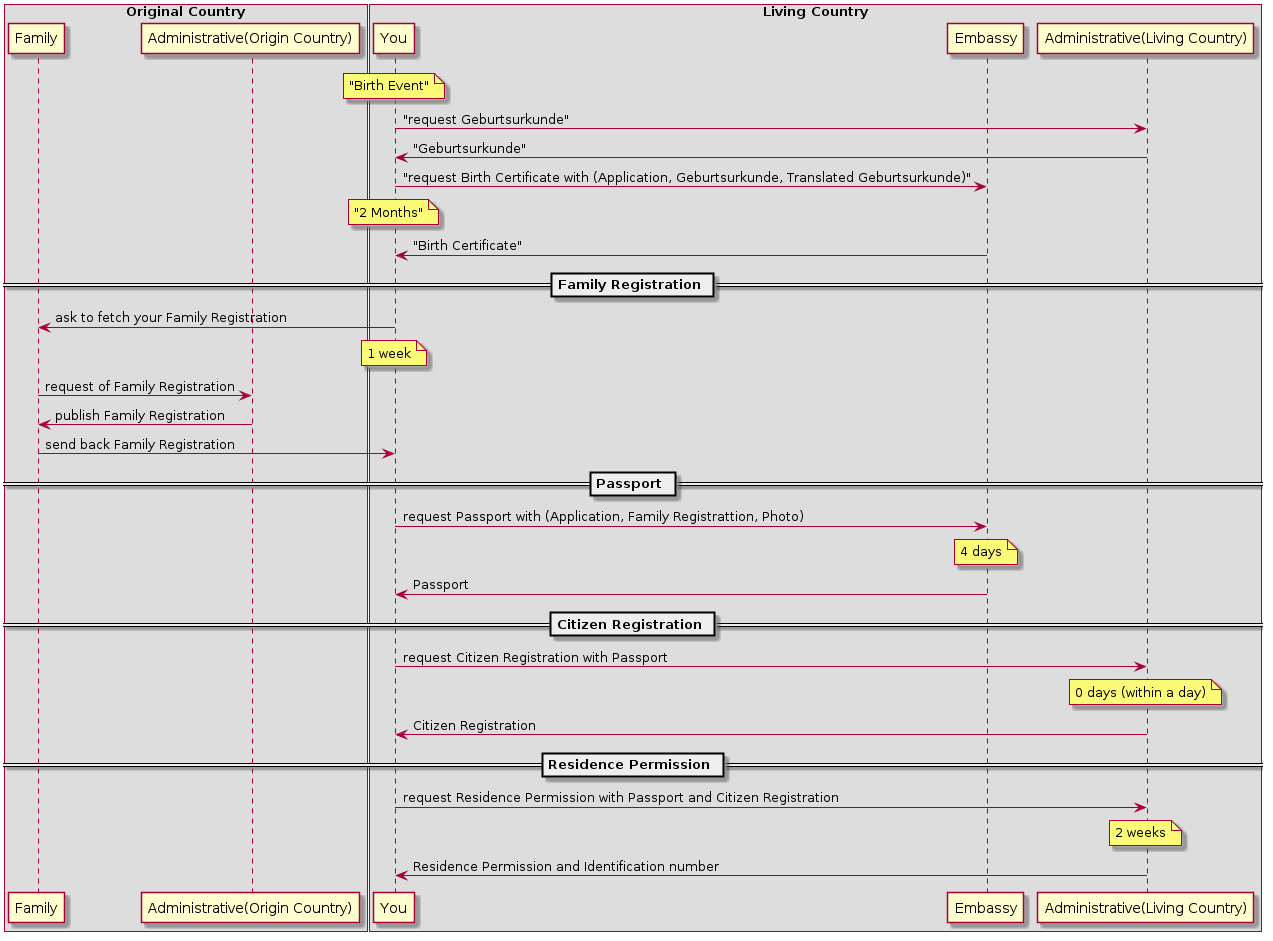
This is images/en_sequence_baby_authorization.png from camparijet/camparijet.github.io, a PlantUML export, as it was before one commit.
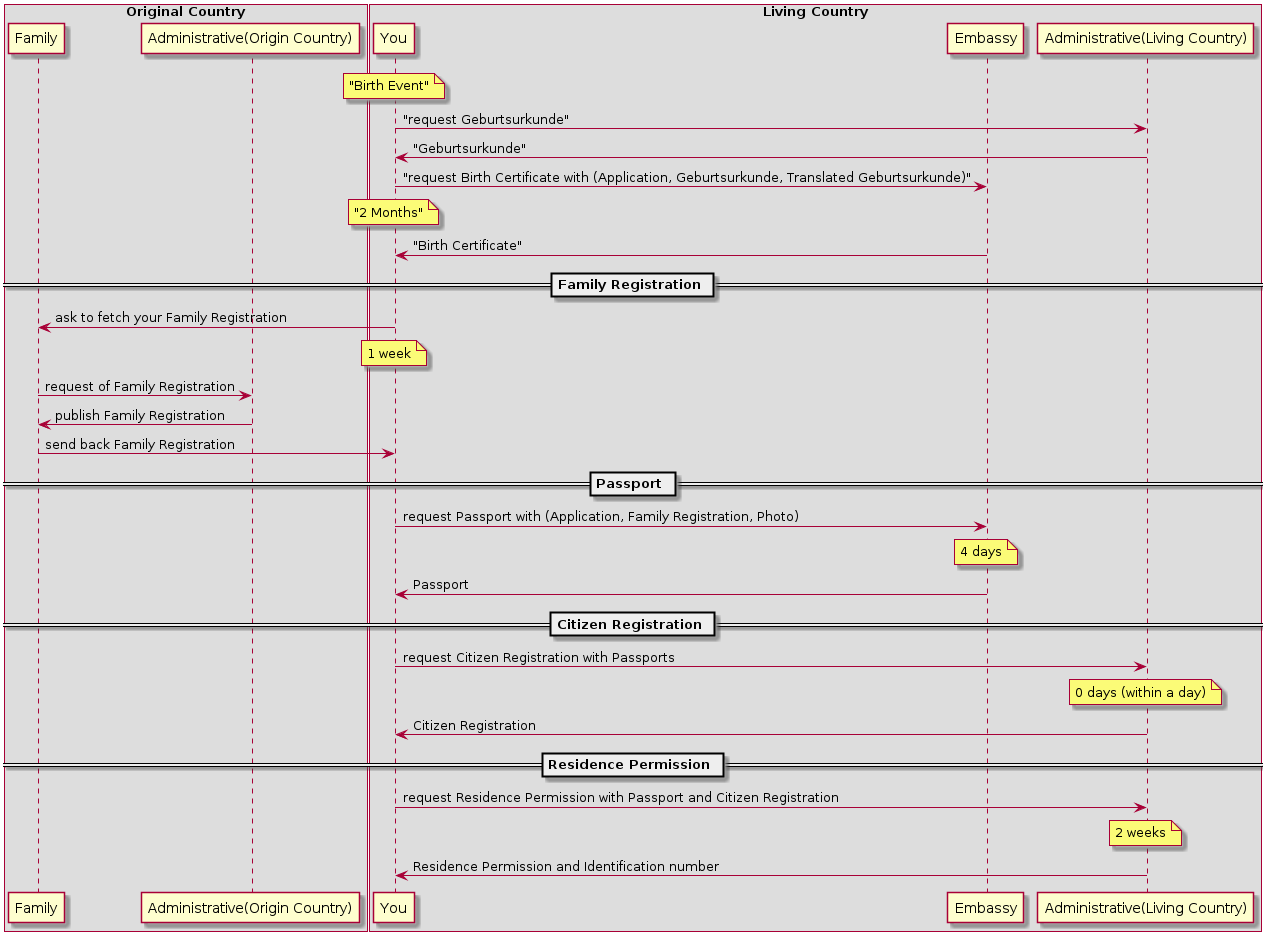
Above is the later version.

Diff of the diagram source:
```diff
@@ -23,11 +23,11 @@
 origin->Family: publish Family Registration
 Family->You: send back Family Registration
 == Passport ==
-You->Embassy: request Passport with (Application, Family Registrattion, Photo)
+You->Embassy: request Passport with (Application, Family Registration, Photo)
 note over Embassy: 4 days
 Embassy->You: Passport
 == Citizen Registration ==
-You->living: request Citizen Registration with Passport
+You->living: request Citizen Registration with Passports
 note over living: 0 days (within a day)
 living->You: Citizen Registration
 == Residence Permission ==
```
